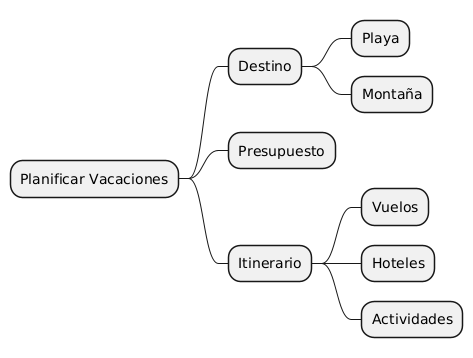
isantosruiz/home keeps this PlantUML diagram as html/plantuml2.png. Above is the earlier version. The source it was exported from:
```plantuml
@startmindmap
* Planificar Vacaciones
** Destino
*** Playa
*** Montaña
** Presupuesto
** Itinerario
*** Vuelos
*** Hoteles
*** Actividades
@endmindmap
```
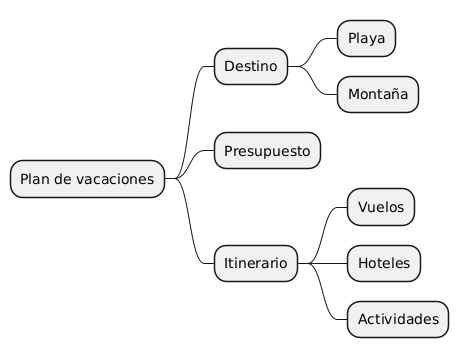
The same file after the commit.

Diff of the diagram source:
```diff
@@ -1,5 +1,5 @@
 @startmindmap
-* Planificar Vacaciones
+* Plan de vacaciones
 ** Destino
 *** Playa
 *** Montaña
```
